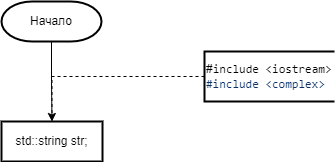
Before: 2 Семестр/Labs/7.1 Лаба/Лаба 7.1.png, a diagram exported from draw.io (IlyaFedoseev227/LABS-PNRPU-IVT-22-1b). Source tidied: cells renumbered, new cells last; positions are measured from the earlier drawing's top-left corner, leaving out a move shared by most shapes.
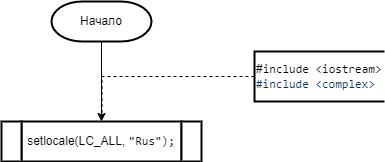
The same diagram one commit later.

Diff of the diagram source:
```diff
@@ -2,17 +2,15 @@
   <root>
     <mxCell id="0" />
     <mxCell id="1" parent="0" />
-    <mxCell id="2" style="edgeStyle=orthogonalEdgeStyle;rounded=0;jettySize=auto;html=1;exitX=0.5;exitY=1;exitDx=0;exitDy=0;exitPerimeter=0;entryX=0.5;entryY=0;entryDx=0;entryDy=0;" parent="1" edge="1" source="3" target="4">
+    <mxCell id="2" style="edgeStyle=orthogonalEdgeStyle;rounded=0;jettySize=auto;html=1;exitX=0.5;exitY=1;exitDx=0;exitDy=0;exitPerimeter=0;entryX=0.5;entryY=0;entryDx=0;entryDy=0;" parent="1" edge="1" source="3" target="7">
       <mxGeometry relative="1" as="geometry" />
     </mxCell>
     <mxCell id="3" value="Начало" style="strokeWidth=2;html=1;shape=mxgraph.flowchart.terminator;whiteSpace=wrap;" parent="1" vertex="1">
       <mxGeometry width="100" height="40" as="geometry" />
     </mxCell>
-    <mxCell id="4" value="&lt;div style=&quot;text-align: start;&quot;&gt;std::string str;&lt;br&gt;&lt;/div&gt;" style="shape=parallelogram;perimeter=parallelogramPerimeter;whiteSpace=wrap;html=1;fixedSize=1;strokeWidth=2;size=-6;" parent="1" vertex="1">
-      <mxGeometry y="120" width="101" height="40" as="geometry" />
-    </mxCell>
-    <mxCell id="5" style="edgeStyle=orthogonalEdgeStyle;rounded=0;jettySize=auto;html=1;exitX=0;exitY=0.5;exitDx=0;exitDy=0;exitPerimeter=0;entryX=0.5;entryY=0;entryDx=0;entryDy=0;strokeWidth=1;endArrow=none;endFill=0;dashed=1;" parent="1" edge="1" source="6" target="4">
+    <mxCell id="5" style="edgeStyle=orthogonalEdgeStyle;rounded=0;jettySize=auto;html=1;exitX=0;exitY=0.5;exitDx=0;exitDy=0;exitPerimeter=0;entryX=0.5;entryY=0;entryDx=0;entryDy=0;strokeWidth=1;endArrow=none;endFill=0;dashed=1;" parent="1" edge="1" source="6">
       <mxGeometry relative="1" as="geometry">
+        <mxPoint x="50.5" y="120" as="targetPoint" />
         <Array as="points">
           <mxPoint x="51" y="75" />
         </Array>
@@ -21,5 +19,14 @@
     <mxCell id="6" value="#&lt;span style=&quot;box-sizing: border-box; color: var(--color-prettylights-syntax-keyword); font-family: ui-monospace, SFMono-Regular, &amp;quot;SF Mono&amp;quot;, Menlo, Consolas, &amp;quot;Liberation Mono&amp;quot;, monospace; background-color: rgb(255, 255, 255);&quot; class=&quot;pl-k&quot;&gt;include&lt;/span&gt;&lt;span style=&quot;color: rgb(36, 41, 47); font-family: ui-monospace, SFMono-Regular, &amp;quot;SF Mono&amp;quot;, Menlo, Consolas, &amp;quot;Liberation Mono&amp;quot;, monospace; background-color: rgb(255, 255, 255);&quot;&gt; &lt;/span&gt;&lt;span style=&quot;box-sizing: border-box; color: var(--color-prettylights-syntax-string); font-family: ui-monospace, SFMono-Regular, &amp;quot;SF Mono&amp;quot;, Menlo, Consolas, &amp;quot;Liberation Mono&amp;quot;, monospace; background-color: rgb(255, 255, 255);&quot; class=&quot;pl-s&quot;&gt;&lt;span style=&quot;box-sizing: border-box; color: var(--color-prettylights-syntax-string);&quot; class=&quot;pl-pds&quot;&gt;&amp;lt;&lt;/span&gt;iostream&lt;span style=&quot;box-sizing: border-box; color: var(--color-prettylights-syntax-string);&quot; class=&quot;pl-pds&quot;&gt;&amp;gt;&lt;/span&gt;&lt;/span&gt;&lt;br&gt;&lt;span style=&quot;box-sizing: border-box; color: rgb(10, 48, 105); font-family: ui-monospace, SFMono-Regular, &amp;quot;SF Mono&amp;quot;, Menlo, Consolas, &amp;quot;Liberation Mono&amp;quot;, monospace; background-color: rgb(255, 255, 255);&quot; class=&quot;pl-pds&quot;&gt;#&lt;span style=&quot;box-sizing: border-box; color: var(--color-prettylights-syntax-keyword);&quot; class=&quot;pl-k&quot;&gt;include&lt;/span&gt;&lt;span style=&quot;color: rgb(36, 41, 47);&quot;&gt; &lt;/span&gt;&lt;span style=&quot;box-sizing: border-box; color: var(--color-prettylights-syntax-string);&quot; class=&quot;pl-s&quot;&gt;&lt;span style=&quot;box-sizing: border-box; color: var(--color-prettylights-syntax-string);&quot; class=&quot;pl-pds&quot;&gt;&amp;lt;&lt;/span&gt;complex&lt;span style=&quot;box-sizing: border-box; color: var(--color-prettylights-syntax-string);&quot; class=&quot;pl-pds&quot;&gt;&amp;gt;&lt;/span&gt;&lt;/span&gt;&lt;/span&gt;" style="strokeWidth=2;html=1;shape=mxgraph.flowchart.annotation_1;align=left;" parent="1" vertex="1">
       <mxGeometry x="203" y="50" width="130" height="50" as="geometry" />
     </mxCell>
+    <mxCell id="7" value="&lt;div style=&quot;text-align: start;&quot;&gt;setlocale(LC_ALL,&amp;nbsp;&lt;span style=&quot;border-color: var(--border-color); color: var(--color-prettylights-syntax-string); box-sizing: border-box; font-family: ui-monospace, SFMono-Regular, &amp;quot;SF Mono&amp;quot;, Menlo, Consolas, &amp;quot;Liberation Mono&amp;quot;, monospace; background-color: rgb(255, 255, 255);&quot; class=&quot;pl-s&quot;&gt;&lt;span style=&quot;border-color: var(--border-color); box-sizing: border-box; color: var(--color-prettylights-syntax-string);&quot; class=&quot;pl-pds&quot;&gt;&quot;&lt;/span&gt;Rus&lt;span style=&quot;border-color: var(--border-color); box-sizing: border-box; color: var(--color-prettylights-syntax-string);&quot; class=&quot;pl-pds&quot;&gt;&quot;&lt;/span&gt;&lt;/span&gt;&lt;span style=&quot;border-color: var(--border-color); color: rgb(36, 41, 47); font-family: ui-monospace, SFMono-Regular, &amp;quot;SF Mono&amp;quot;, Menlo, Consolas, &amp;quot;Liberation Mono&amp;quot;, monospace; background-color: rgb(255, 255, 255);&quot;&gt;);&lt;/span&gt;&lt;br&gt;&lt;/div&gt;" style="shape=parallelogram;perimeter=parallelogramPerimeter;whiteSpace=wrap;html=1;fixedSize=1;strokeWidth=2;size=-6;" parent="1" vertex="1">
+      <mxGeometry x="-30" y="120" width="160" height="40" as="geometry" />
+    </mxCell>
+    <mxCell id="8" value="&lt;div style=&quot;text-align: start;&quot;&gt;&lt;br&gt;&lt;/div&gt;" style="shape=parallelogram;perimeter=parallelogramPerimeter;whiteSpace=wrap;html=1;fixedSize=1;strokeWidth=2;size=-6;" parent="1" vertex="1">
+      <mxGeometry x="130" y="120" width="20" height="40" as="geometry" />
+    </mxCell>
+    <mxCell id="9" value="&lt;div style=&quot;text-align: start;&quot;&gt;&lt;br&gt;&lt;/div&gt;" style="shape=parallelogram;perimeter=parallelogramPerimeter;whiteSpace=wrap;html=1;fixedSize=1;strokeWidth=2;size=-6;" parent="1" vertex="1">
+      <mxGeometry x="-50" y="120" width="20" height="40" as="geometry" />
+    </mxCell>
   </root>
 </mxGraphModel>
```
